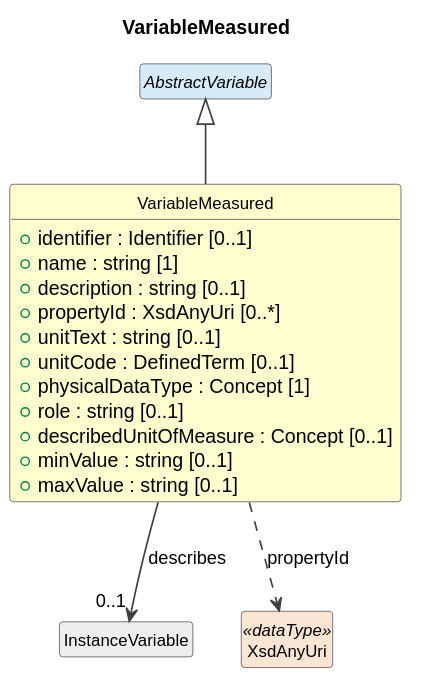
The PlantUML diagram cdif-uml-model/CDIFDataStructure/Classes/VariableMeasured.svg in Cross-Domain-Interoperability-Framework/metadataBuildingBlocks, before a commit.
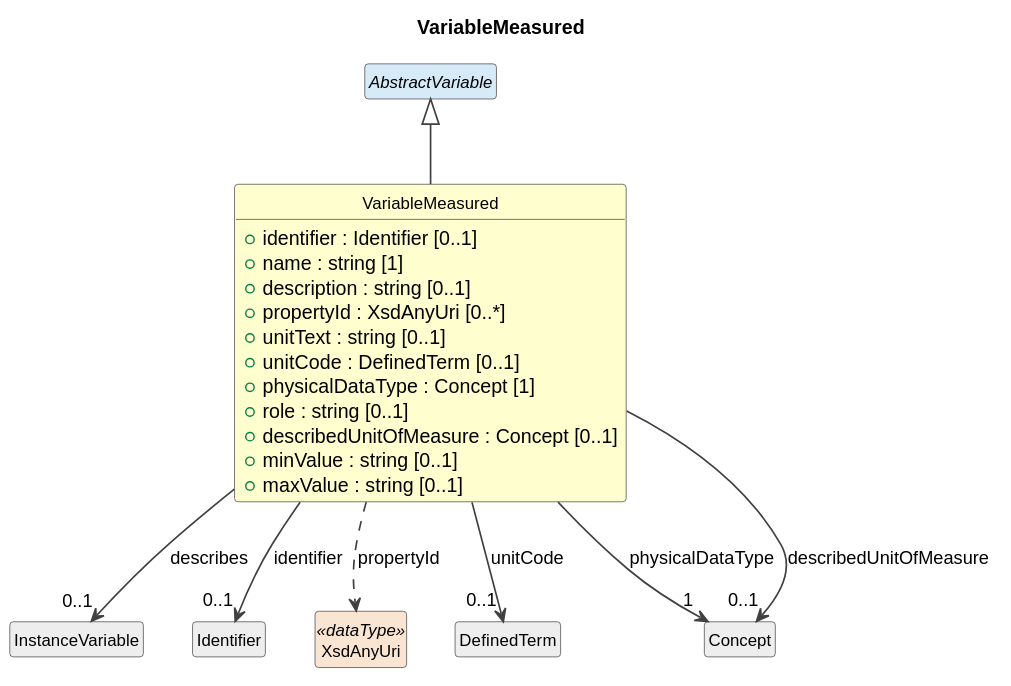
The same file after the commit.

Change to the diagram source:
```diff
@@ -27,6 +27,13 @@
 AbstractVariable <|-- VariableMeasured
 class "InstanceVariable" as InstanceVariable #EEEEEE
 VariableMeasured --> "0..1" InstanceVariable : describes
+class "Identifier" as Identifier #EEEEEE
+VariableMeasured --> "0..1" Identifier : identifier
 class "XsdAnyUri" as XsdAnyUri <<dataType>> #FAE5D3
 VariableMeasured ..> XsdAnyUri : propertyId
+class "DefinedTerm" as DefinedTerm #EEEEEE
+VariableMeasured --> "0..1" DefinedTerm : unitCode
+class "Concept" as Concept #EEEEEE
+VariableMeasured --> "1" Concept : physicalDataType
+VariableMeasured --> "0..1" Concept : describedUnitOfMeasure
 @enduml
```
